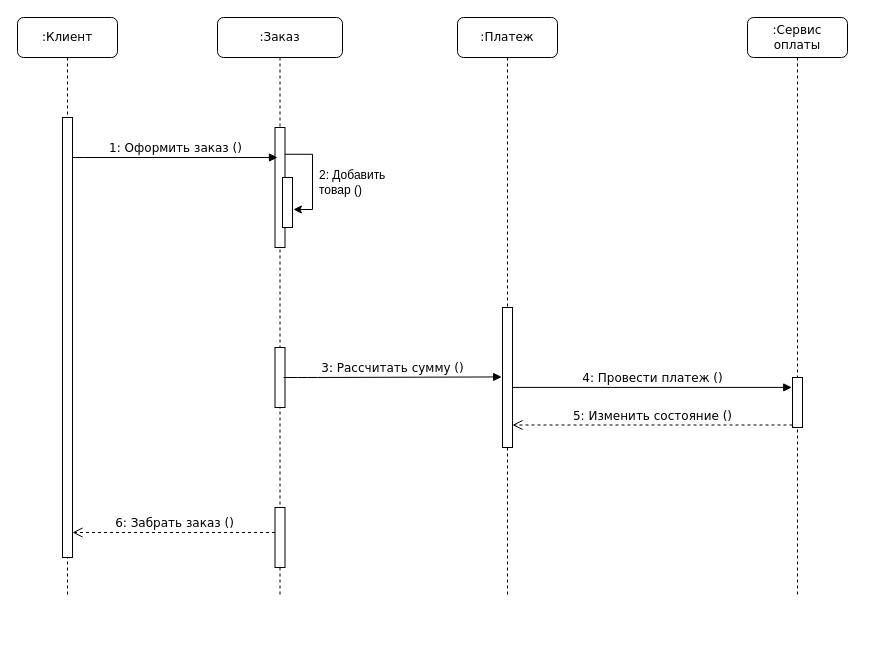
This is дгрмм последовательности.drawio from Ksenix-CopLLeRe/preparation, a draw.io file, before an edit. Source tidied: cells renumbered, new cells numbered last; positions are measured from the earlier drawing's top-left corner, leaving out a move shared by most shapes. Both pictures are drawn from the tidied source at 100%, with x=0, y=0 at pixel (17, 17).
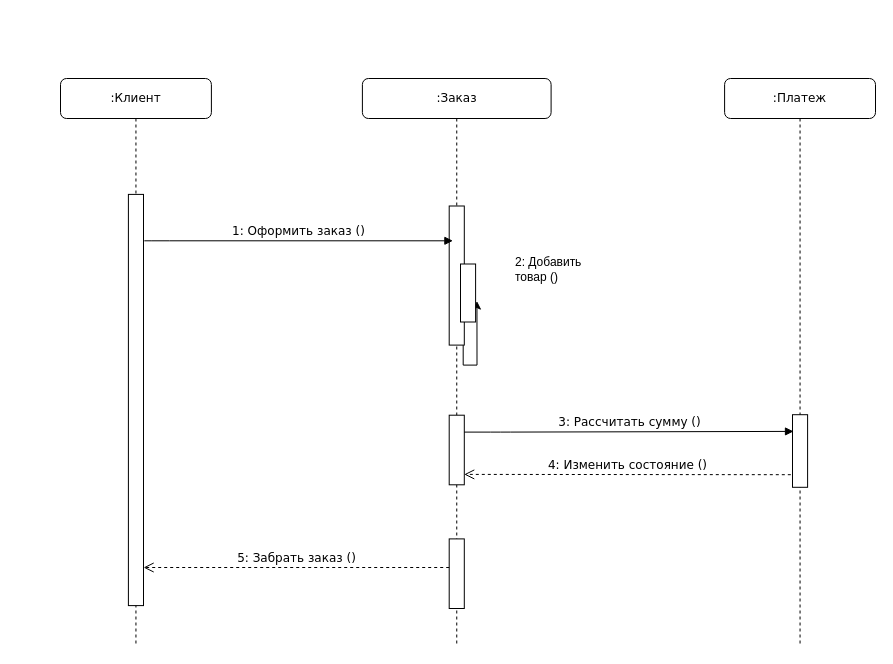
After the change.

Change to the diagram source:
```diff
@@
+    <mxCell id="20" style="group;" parent="1" vertex="1">
+      <mxGeometry x="43" y="61" width="815" height="568" as="geometry" />
+    </mxCell>
-    <mxCell id="2" value=":Заказ" style="shape=umlLifeline;perimeter=lifelinePerimeter;whiteSpace=wrap;html=1;rounded=1;shadow=0;comic=0;labelBackgroundColor=none;strokeWidth=1;fontFamily=Verdana;fontSize=12;align=center;" parent="1" vertex="1">
-      <mxGeometry x="200" width="125" height="580" as="geometry" />
+    <mxCell id="2" value=":Заказ" style="shape=umlLifeline;perimeter=lifelinePerimeter;whiteSpace=wrap;html=1;rounded=1;shadow=0;comic=0;labelBackgroundColor=none;strokeWidth=1;fontFamily=Verdana;fontSize=12;align=center;" parent="20" vertex="1">
+      <mxGeometry x="301.9" width="188.7" height="568" as="geometry" />
     </mxCell>
@@
     <mxCell id="4" style="html=1;points=[];perimeter=orthogonalPerimeter;rounded=0;shadow=0;comic=0;labelBackgroundColor=none;strokeWidth=1;fontFamily=Verdana;fontSize=12;align=center;" parent="2" vertex="1">
-      <mxGeometry x="57.5" y="110" width="10" height="120" as="geometry" />
+      <mxGeometry x="86.8" y="127.5" width="15.1" height="139.1" as="geometry" />
     </mxCell>
     <mxCell id="5" style="html=1;points=[];perimeter=orthogonalPerimeter;rounded=0;shadow=0;comic=0;labelBackgroundColor=none;strokeWidth=1;fontFamily=Verdana;fontSize=12;align=center;" parent="2" vertex="1">
-      <mxGeometry x="65" y="160" width="10" height="50" as="geometry" />
+      <mxGeometry x="98.1" y="185.5" width="15.1" height="58" as="geometry" />
     </mxCell>
     <mxCell id="6" style="html=1;perimeter=orthogonalPerimeter;rounded=0;shadow=0;comic=0;labelBackgroundColor=none;strokeWidth=1;fontFamily=Verdana;fontSize=12;align=center;" parent="2" vertex="1">
-      <mxGeometry x="57.5" y="330" width="10" height="60" as="geometry" />
+      <mxGeometry x="86.8" y="336.7" width="15.1" height="69.6" as="geometry" />
     </mxCell>
     <mxCell id="7" style="html=1;points=[];perimeter=orthogonalPerimeter;rounded=0;shadow=0;comic=0;labelBackgroundColor=none;strokeWidth=1;fontFamily=Verdana;fontSize=12;align=center;" parent="2" vertex="1">
-      <mxGeometry x="57.5" y="490" width="10" height="60" as="geometry" />
+      <mxGeometry x="86.8" y="460.4" width="15.1" height="69.6" as="geometry" />
     </mxCell>
+    <mxCell id="18" value="5: Забрать заказ ()" style="html=1;verticalAlign=bottom;endArrow=open;dashed=1;endSize=8;labelBackgroundColor=none;fontFamily=Verdana;fontSize=12;edgeStyle=elbowEdgeStyle;elbow=vertical;" parent="2" edge="1" source="7">
+      <mxGeometry relative="1" as="geometry">
+        <mxPoint x="-218.8" y="489.4" as="targetPoint" />
+      </mxGeometry>
+    </mxCell>
-    <mxCell id="8" value=":Платеж" style="shape=umlLifeline;perimeter=lifelinePerimeter;whiteSpace=wrap;html=1;rounded=1;shadow=0;comic=0;labelBackgroundColor=none;strokeWidth=1;fontFamily=Verdana;fontSize=12;align=center;" parent="1" vertex="1">
-      <mxGeometry x="440" width="100" height="580" as="geometry" />
+    <mxCell id="8" value=":Платеж" style="shape=umlLifeline;perimeter=lifelinePerimeter;whiteSpace=wrap;html=1;rounded=1;shadow=0;comic=0;labelBackgroundColor=none;strokeWidth=1;fontFamily=Verdana;fontSize=12;align=center;" parent="20" vertex="1">
+      <mxGeometry x="664.1" width="150.9" height="568" as="geometry" />
     </mxCell>
     <mxCell id="9" style="html=1;points=[];perimeter=orthogonalPerimeter;rounded=0;shadow=0;comic=0;labelBackgroundColor=none;strokeWidth=1;fontFamily=Verdana;fontSize=12;align=center;" parent="8" vertex="1">
-      <mxGeometry x="45" y="290" width="10" height="140" as="geometry" />
+      <mxGeometry x="67.9" y="336.2" width="15.1" height="72.6" as="geometry" />
     </mxCell>
-    <mxCell id="10" value=":Сервис оплаты" style="shape=umlLifeline;perimeter=lifelinePerimeter;whiteSpace=wrap;html=1;rounded=1;shadow=0;comic=0;labelBackgroundColor=none;strokeWidth=1;fontFamily=Verdana;fontSize=12;align=center;" parent="1" vertex="1">
-      <mxGeometry x="730" width="100" height="580" as="geometry" />
-    </mxCell>
-    <mxCell id="11" style="html=1;points=[];perimeter=orthogonalPerimeter;rounded=0;shadow=0;comic=0;labelBackgroundColor=none;strokeColor=#000000;strokeWidth=1;fillColor=#FFFFFF;fontFamily=Verdana;fontSize=12;fontColor=#000000;align=center;" parent="10" vertex="1">
-      <mxGeometry x="45" y="360" width="10" height="50" as="geometry" />
-    </mxCell>
-    <mxCell id="12" value=":Клиент" style="shape=umlLifeline;perimeter=lifelinePerimeter;whiteSpace=wrap;html=1;rounded=1;shadow=0;comic=0;labelBackgroundColor=none;strokeWidth=1;fontFamily=Verdana;fontSize=12;align=center;" parent="1" vertex="1">
-      <mxGeometry width="100" height="580" as="geometry" />
+    <mxCell id="12" value=":Клиент" style="shape=umlLifeline;perimeter=lifelinePerimeter;whiteSpace=wrap;html=1;rounded=1;shadow=0;comic=0;labelBackgroundColor=none;strokeWidth=1;fontFamily=Verdana;fontSize=12;align=center;" parent="20" vertex="1">
+      <mxGeometry width="150.9" height="568" as="geometry" />
     </mxCell>
     <mxCell id="13" style="html=1;points=[];perimeter=orthogonalPerimeter;rounded=0;shadow=0;comic=0;labelBackgroundColor=none;strokeWidth=1;fontFamily=Verdana;fontSize=12;align=center;" parent="12" vertex="1">
-      <mxGeometry x="45" y="100" width="10" height="440" as="geometry" />
+      <mxGeometry x="67.9" y="115.9" width="15.1" height="411.2" as="geometry" />
     </mxCell>
     <mxCell id="14" value="1: Оформить заказ ()" style="html=1;verticalAlign=bottom;endArrow=block;labelBackgroundColor=none;fontFamily=Verdana;fontSize=12;edgeStyle=elbowEdgeStyle;elbow=vertical;exitX=1.5;exitY=0.091;exitDx=0;exitDy=0;exitPerimeter=0;" parent="12" edge="1">
       <mxGeometry relative="1" as="geometry">
-        <mxPoint x="55.5" y="140" as="sourcePoint" />
-        <mxPoint x="260" y="140" as="targetPoint" />
+        <mxPoint x="83.8" y="162.3" as="sourcePoint" />
+        <mxPoint x="392.4" y="162.3" as="targetPoint" />
         <Array as="points">
-          <mxPoint x="65.5" y="140" />
-          <mxPoint x="115.5" y="140" />
+          <mxPoint x="98.9" y="162.3" />
+          <mxPoint x="174.3" y="162.3" />
         </Array>
       </mxGeometry>
     </mxCell>
+    <mxCell id="19" value="2: Добавить&amp;nbsp;&lt;div&gt;товар ()&lt;/div&gt;" style="text;strokeColor=none;align=left;fillColor=none;html=1;verticalAlign=middle;whiteSpace=wrap;rounded=0;" parent="20" vertex="1">
+      <mxGeometry x="452.8" y="173.9" width="120.7" height="34.8" as="geometry" />
+    </mxCell>
+    <mxCell id="17" value="4: Изменить состояние ()" style="html=1;verticalAlign=bottom;endArrow=open;dashed=1;endSize=8;exitX=-0.1;exitY=0.573;labelBackgroundColor=none;fontFamily=Verdana;fontSize=12;exitDx=0;exitDy=0;exitPerimeter=0;entryX=1.01;entryY=0.666;entryDx=0;entryDy=0;entryPerimeter=0;" parent="20" edge="1">
+      <mxGeometry relative="1" as="geometry">
+        <mxPoint x="730.3" y="396.2" as="sourcePoint" />
+        <mxPoint x="403.7" y="395.9" as="targetPoint" />
+      </mxGeometry>
+    </mxCell>
-    <mxCell id="15" value="3: Рассчитать сумму ()" style="html=1;verticalAlign=bottom;endArrow=block;labelBackgroundColor=none;fontFamily=Verdana;fontSize=12;entryX=-0.086;entryY=0.496;entryDx=0;entryDy=0;entryPerimeter=0;" parent="1" edge="1" target="9">
+    <mxCell id="15" value="3: Рассчитать сумму ()" style="html=1;verticalAlign=bottom;endArrow=block;labelBackgroundColor=none;fontFamily=Verdana;fontSize=12;entryX=-0.086;entryY=0.496;entryDx=0;entryDy=0;entryPerimeter=0;" parent="20" edge="1">
       <mxGeometry relative="1" as="geometry">
-        <mxPoint x="266" y="360" as="sourcePoint" />
+        <mxPoint x="403.7" y="353.6" as="sourcePoint" />
+        <mxPoint x="733" y="352.9" as="targetPoint" />
         <Array as="points">
-          <mxPoint x="290" y="360" />
+          <mxPoint x="439.9" y="353.6" />
         </Array>
       </mxGeometry>
     </mxCell>
-    <mxCell id="16" value="4: Провести платеж ()" style="html=1;verticalAlign=bottom;endArrow=block;entryX=-0.074;entryY=0.198;labelBackgroundColor=none;fontFamily=Verdana;fontSize=12;entryDx=0;entryDy=0;entryPerimeter=0;" parent="1" edge="1" source="9" target="11">
-      <mxGeometry relative="1" as="geometry" />
-    </mxCell>
-    <mxCell id="17" value="5: Изменить состояние ()" style="html=1;verticalAlign=bottom;endArrow=open;dashed=1;endSize=8;exitX=0;exitY=0.95;labelBackgroundColor=none;fontFamily=Verdana;fontSize=12;" parent="1" edge="1" source="11" target="9">
-      <mxGeometry relative="1" as="geometry" />
-    </mxCell>
-    <mxCell id="18" value="6: Забрать заказ ()" style="html=1;verticalAlign=bottom;endArrow=open;dashed=1;endSize=8;labelBackgroundColor=none;fontFamily=Verdana;fontSize=12;edgeStyle=elbowEdgeStyle;elbow=vertical;" parent="1" edge="1" source="7" target="13">
-      <mxGeometry relative="1" as="geometry" />
-    </mxCell>
-    <mxCell id="19" value="2: Добавить&amp;nbsp;&lt;div&gt;товар ()&lt;/div&gt;" style="text;strokeColor=none;align=left;fillColor=none;html=1;verticalAlign=middle;whiteSpace=wrap;rounded=0;" parent="1" vertex="1">
-      <mxGeometry x="300" y="150" width="80" height="30" as="geometry" />
-    </mxCell>
```
